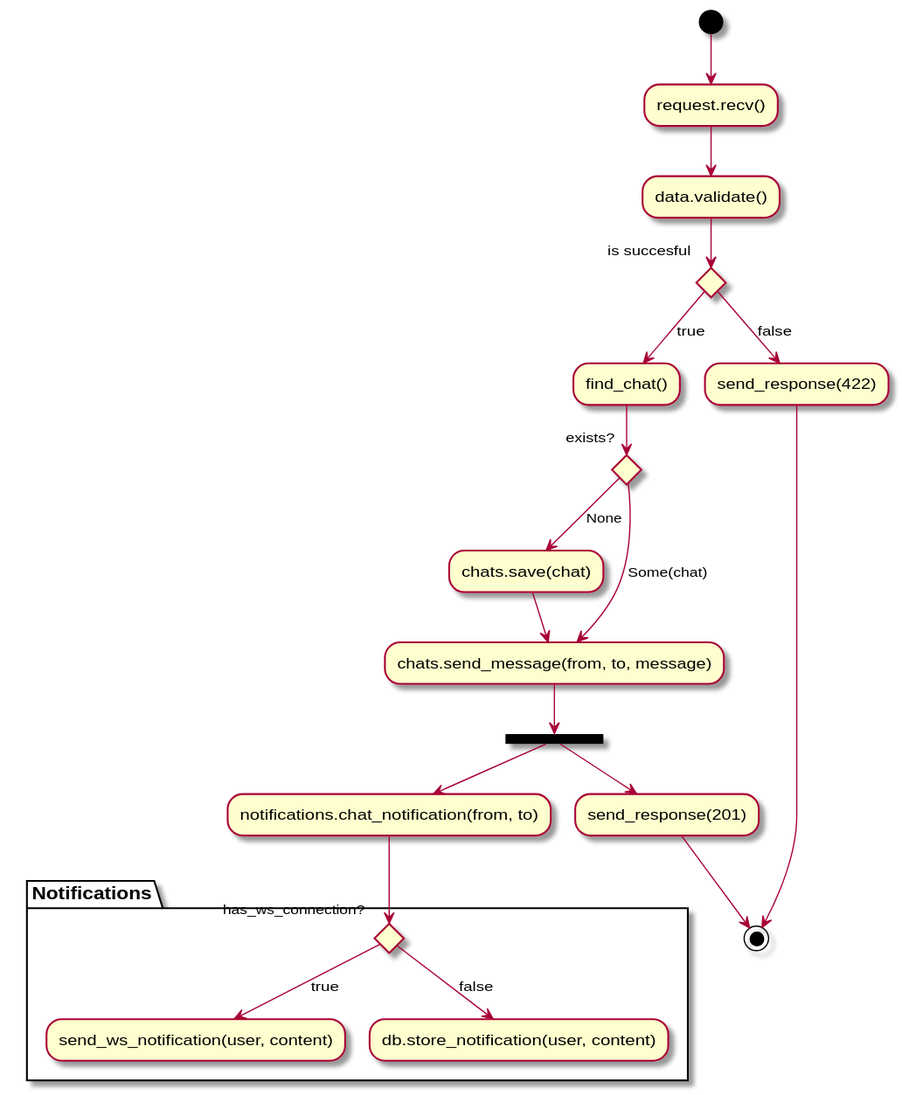
Before: precendents/chat/chat_activity.svg, a diagram exported from PlantUML (kluchi/diagrams).
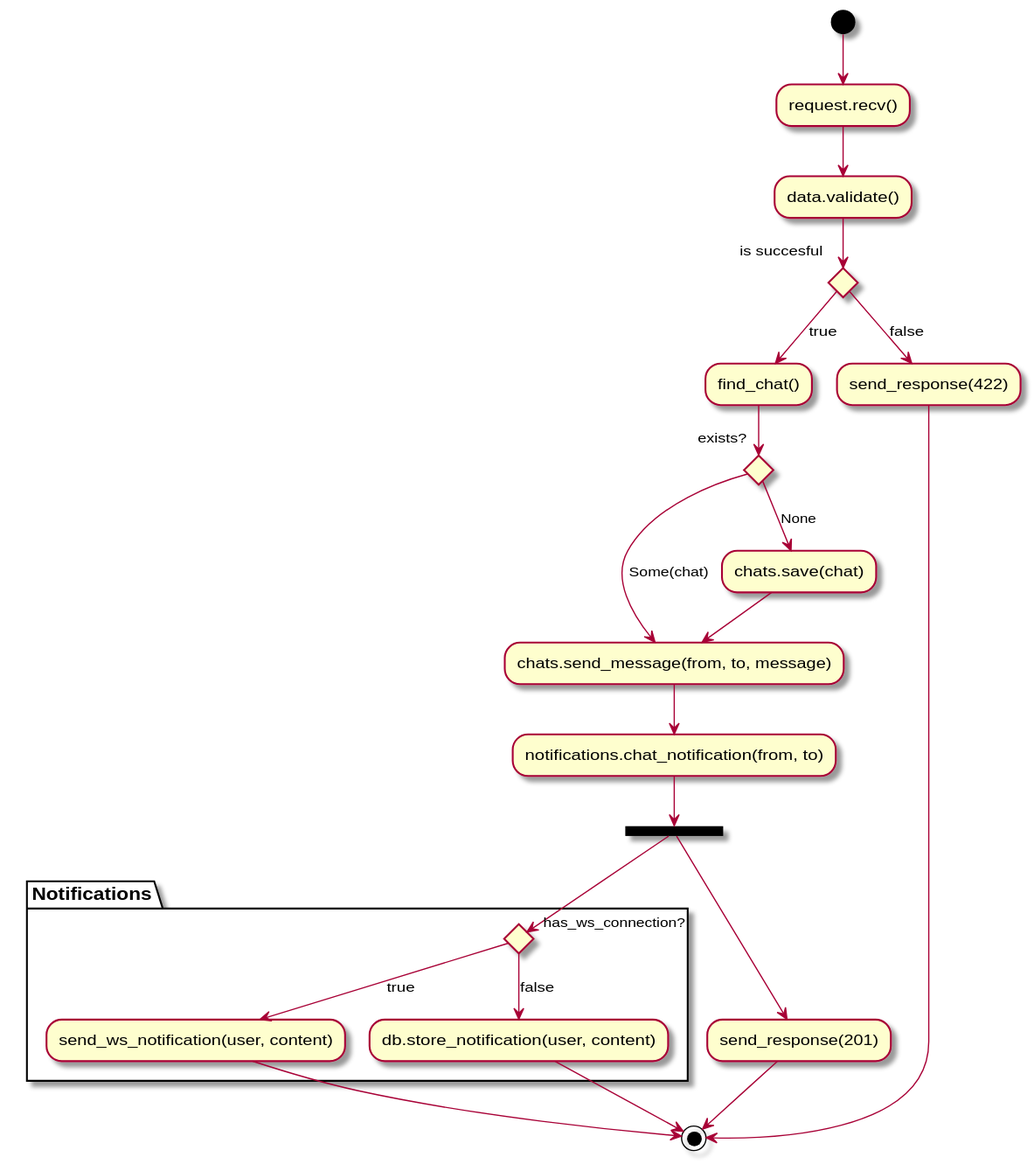
Above is the later version.

Diff of the diagram source:
```diff
@@ -22,17 +22,19 @@
 
 "chats.save(chat)" --> "chats.send_message(from, to, message)"
 
-"chats.send_message(from, to, message)" --> ===B1===
+"chats.send_message(from, to, message)" --> "notifications.chat_notification(from, to)"
+
+"notifications.chat_notification(from, to)" --> ===B1===
 
 ===B1=== --> "send_response(201)"
 
 "send_response(422)" --> (*)
 "send_response(201)" --> (*)
 
-===B1=== --> "notifications.chat_notification(from, to)"
+
 
 partition Notifications {
-    "notifications.chat_notification(from, to)" --> if "has_ws_connection?" then
+    ===B1=== -->  if "has_ws_connection?" then
 
     --> [true] "send_ws_notification(user, content)"
     else
@@ -41,6 +43,9 @@
 
     endif
 
+    "send_ws_notification(user, content)" --> (*)
+    "db.store_notification(user, content)" --> (*)
+
 }
 
 @enduml
```
